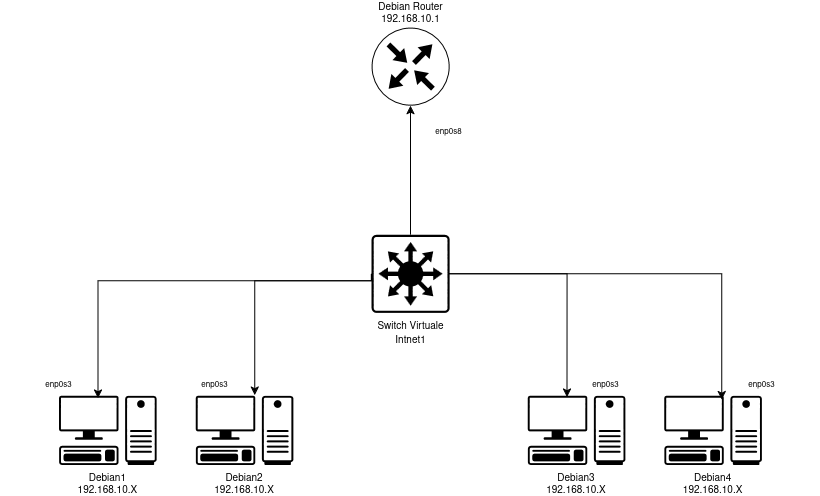
Earlier version of the draw.io export Images/topologia_base.drawio.png (melo222/DAI-Open-Source). Source tidied: cells renumbered, new cells last; positions are measured from the earlier drawing's top-left corner, leaving out a move shared by most shapes.
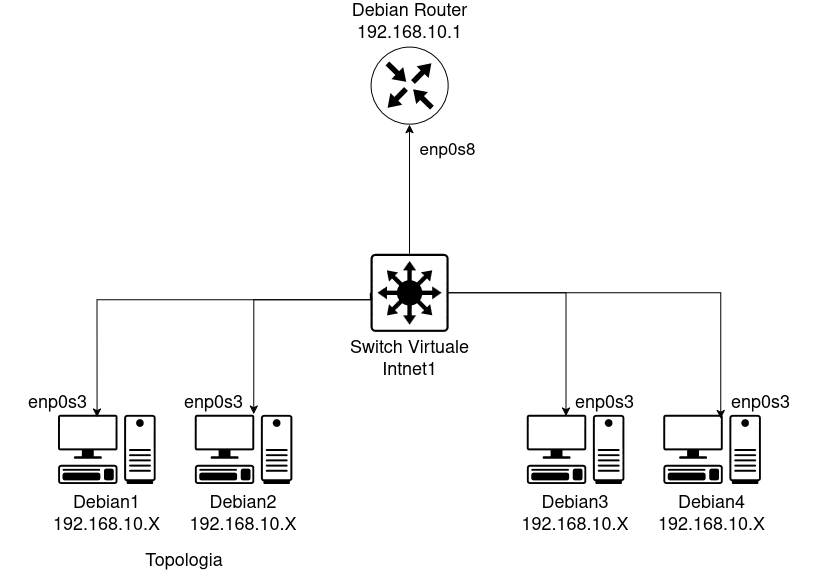
Above is the later version.

The edit, as a diff of the source:
```diff
@@ -8,19 +8,19 @@
     <mxCell id="3" style="edgeStyle=orthogonalEdgeStyle;rounded=0;jettySize=auto;html=1;entryX=0.404;entryY=0.018;entryDx=0;entryDy=0;entryPerimeter=0;exitX=1;exitY=0.5;exitDx=0;exitDy=0;exitPerimeter=0;" parent="2" edge="1" source="12" target="7">
       <mxGeometry relative="1" as="geometry" />
     </mxCell>
-    <mxCell id="4" value="Debian Router&lt;br&gt;192.168.10.1" style="sketch=0;points=[[0.5,0,0],[1,0.5,0],[0.5,1,0],[0,0.5,0],[0.145,0.145,0],[0.8555,0.145,0],[0.855,0.8555,0],[0.145,0.855,0]];verticalLabelPosition=top;html=1;verticalAlign=bottom;align=center;shape=mxgraph.cisco19.rect;prIcon=router;fillColor=none;strokeColor=light-dark(#000000, #241f31);fontSize=10;labelPosition=center;" parent="2" vertex="1">
+    <mxCell id="4" value="&lt;font style=&quot;font-size: 18px;&quot;&gt;Debian Router&lt;br&gt;192.168.10.1&lt;/font&gt;" style="sketch=0;points=[[0.5,0,0],[1,0.5,0],[0.5,1,0],[0,0.5,0],[0.145,0.145,0],[0.8555,0.145,0],[0.855,0.8555,0],[0.145,0.855,0]];verticalLabelPosition=top;html=1;verticalAlign=bottom;align=center;shape=mxgraph.cisco19.rect;prIcon=router;fillColor=none;strokeColor=light-dark(#000000, #241f31);fontSize=10;labelPosition=center;" parent="2" vertex="1">
       <mxGeometry x="371" width="78.1" height="78.1" as="geometry" />
     </mxCell>
-    <mxCell id="5" value="Debian1&#10;192.168.10.X" style="shape=mxgraph.networks2.icon;fillColor=none;strokeColor=#000000;gradientColor=light-dark(#000000, #979c9e);network2IconShadow=1;network2bgFillColor=none;labelPosition=center;verticalLabelPosition=bottom;align=center;verticalAlign=top;network2Icon=mxgraph.networks2.pc;network2IconYOffset=-0.0593;network2IconW=0.9999;network2IconH=0.7096;fontSize=10;" parent="2" vertex="1">
+    <mxCell id="5" value="Debian1&#10;192.168.10.X" style="shape=mxgraph.networks2.icon;fillColor=none;strokeColor=#000000;gradientColor=light-dark(#000000, #979c9e);network2IconShadow=1;network2bgFillColor=none;labelPosition=center;verticalLabelPosition=bottom;align=center;verticalAlign=top;network2Icon=mxgraph.networks2.pc;network2IconYOffset=-0.0593;network2IconW=0.9999;network2IconH=0.7096;fontSize=18;" parent="2" vertex="1">
       <mxGeometry x="58.6" y="368.3" width="97.6" height="69.3" as="geometry" />
     </mxCell>
-    <mxCell id="6" value="Debian2&#10;192.168.10.X" style="shape=mxgraph.networks2.icon;fillColor=none;strokeColor=#000000;gradientColor=light-dark(#000000, #979c9e);network2IconShadow=1;network2bgFillColor=none;labelPosition=center;verticalLabelPosition=bottom;align=center;verticalAlign=top;network2Icon=mxgraph.networks2.pc;network2IconYOffset=-0.0593;network2IconW=0.9999;network2IconH=0.7096;fontSize=10;" parent="2" vertex="1">
+    <mxCell id="6" value="Debian2&#10;192.168.10.X" style="shape=mxgraph.networks2.icon;fillColor=none;strokeColor=#000000;gradientColor=light-dark(#000000, #979c9e);network2IconShadow=1;network2bgFillColor=none;labelPosition=center;verticalLabelPosition=bottom;align=center;verticalAlign=top;network2Icon=mxgraph.networks2.pc;network2IconYOffset=-0.0593;network2IconW=0.9999;network2IconH=0.7096;fontSize=18;" parent="2" vertex="1">
       <mxGeometry x="195.2" y="368.3" width="97.6" height="69.3" as="geometry" />
     </mxCell>
-    <mxCell id="7" value="Debian3&#10;192.168.10.X" style="shape=mxgraph.networks2.icon;fillColor=none;strokeColor=#000000;gradientColor=light-dark(#000000, #979c9e);network2IconShadow=1;network2bgFillColor=none;labelPosition=center;verticalLabelPosition=bottom;align=center;verticalAlign=top;network2Icon=mxgraph.networks2.pc;network2IconYOffset=-0.0593;network2IconW=0.9999;network2IconH=0.7096;fontSize=10;" parent="2" vertex="1">
+    <mxCell id="7" value="Debian3&#10;192.168.10.X" style="shape=mxgraph.networks2.icon;fillColor=none;strokeColor=#000000;gradientColor=light-dark(#000000, #979c9e);network2IconShadow=1;network2bgFillColor=none;labelPosition=center;verticalLabelPosition=bottom;align=center;verticalAlign=top;network2Icon=mxgraph.networks2.pc;network2IconYOffset=-0.0593;network2IconW=0.9999;network2IconH=0.7096;fontSize=18;" parent="2" vertex="1">
       <mxGeometry x="527.1" y="368.3" width="97.6" height="69.3" as="geometry" />
     </mxCell>
-    <mxCell id="8" value="Debian4&#10;192.168.10.X" style="shape=mxgraph.networks2.icon;fillColor=none;strokeColor=#000000;gradientColor=light-dark(#000000, #979c9e);network2IconShadow=1;network2bgFillColor=none;labelPosition=center;verticalLabelPosition=bottom;align=center;verticalAlign=top;network2Icon=mxgraph.networks2.pc;network2IconYOffset=-0.0593;network2IconW=0.9999;network2IconH=0.7096;fontSize=10;" parent="2" vertex="1">
+    <mxCell id="8" value="Debian4&#10;192.168.10.X" style="shape=mxgraph.networks2.icon;fillColor=none;strokeColor=#000000;gradientColor=light-dark(#000000, #979c9e);network2IconShadow=1;network2bgFillColor=none;labelPosition=center;verticalLabelPosition=bottom;align=center;verticalAlign=top;network2Icon=mxgraph.networks2.pc;network2IconYOffset=-0.0593;network2IconW=0.9999;network2IconH=0.7096;fontSize=18;" parent="2" vertex="1">
       <mxGeometry x="663.8" y="368.3" width="97.6" height="69.3" as="geometry" />
     </mxCell>
     <mxCell id="9" style="edgeStyle=orthogonalEdgeStyle;rounded=0;jettySize=auto;html=1;entryX=0.605;entryY=-0.009;entryDx=0;entryDy=0;entryPerimeter=0;exitX=0;exitY=0.5;exitDx=0;exitDy=0;exitPerimeter=0;" parent="2" edge="1" source="12" target="6">
@@ -41,26 +41,29 @@
     <mxCell id="11" style="edgeStyle=orthogonalEdgeStyle;rounded=0;jettySize=auto;html=1;entryX=0.589;entryY=0.054;entryDx=0;entryDy=0;entryPerimeter=0;exitX=1;exitY=0.5;exitDx=0;exitDy=0;exitPerimeter=0;" parent="2" edge="1" source="12" target="8">
       <mxGeometry relative="1" as="geometry" />
     </mxCell>
-    <mxCell id="12" value="&lt;font style=&quot;font-size: 10px;&quot;&gt;Switch Virtuale&lt;br&gt;Intnet1&lt;/font&gt;" style="sketch=0;points=[[0.015,0.015,0],[0.985,0.015,0],[0.985,0.985,0],[0.015,0.985,0],[0.25,0,0],[0.5,0,0],[0.75,0,0],[1,0.25,0],[1,0.5,0],[1,0.75,0],[0.75,1,0],[0.5,1,0],[0.25,1,0],[0,0.75,0],[0,0.5,0],[0,0.25,0]];verticalLabelPosition=bottom;html=1;verticalAlign=top;align=center;shape=mxgraph.cisco19.rect;prIcon=l3_switch;fillColor=none;strokeColor=light-dark(#000000,#FFFFFF);" parent="2" vertex="1">
+    <mxCell id="12" value="&lt;font style=&quot;font-size: 18px;&quot;&gt;Switch Virtuale&lt;br&gt;Intnet1&lt;/font&gt;" style="sketch=0;points=[[0.015,0.015,0],[0.985,0.015,0],[0.985,0.985,0],[0.015,0.985,0],[0.25,0,0],[0.5,0,0],[0.75,0,0],[1,0.25,0],[1,0.5,0],[1,0.75,0],[0.75,1,0],[0.5,1,0],[0.25,1,0],[0,0.75,0],[0,0.5,0],[0,0.25,0]];verticalLabelPosition=bottom;html=1;verticalAlign=top;align=center;shape=mxgraph.cisco19.rect;prIcon=l3_switch;fillColor=none;strokeColor=light-dark(#000000,#FFFFFF);" parent="2" vertex="1">
       <mxGeometry x="371" y="207.2" width="78.1" height="78.1" as="geometry" />
     </mxCell>
     <mxCell id="13" style="rounded=0;jettySize=auto;html=1;exitX=0.5;exitY=0;exitDx=0;exitDy=0;exitPerimeter=0;entryX=0.5;entryY=1;entryDx=0;entryDy=0;entryPerimeter=0;" parent="2" edge="1" source="12" target="4">
       <mxGeometry relative="1" as="geometry" />
     </mxCell>
-    <mxCell id="14" value="&lt;font style=&quot;font-size: 8px;&quot;&gt;enp0s8&lt;/font&gt;" style="text;html=1;whiteSpace=wrap;strokeColor=none;fillColor=none;align=center;verticalAlign=middle;rounded=0;" parent="2" vertex="1">
+    <mxCell id="14" value="&lt;font&gt;enp0s8&lt;/font&gt;" style="text;html=1;whiteSpace=wrap;strokeColor=none;fillColor=none;align=center;verticalAlign=middle;rounded=0;fontSize=17;" parent="2" vertex="1">
       <mxGeometry x="390.5" y="69.1" width="117.1" height="69.1" as="geometry" />
     </mxCell>
-    <mxCell id="15" value="&lt;div&gt;&lt;font style=&quot;font-size: 8px;&quot;&gt;enp0s3&lt;/font&gt;&lt;/div&gt;" style="text;html=1;whiteSpace=wrap;strokeColor=none;fillColor=none;align=center;verticalAlign=middle;rounded=0;fontStyle=0;" parent="2" vertex="1">
+    <mxCell id="15" value="&lt;div&gt;&lt;font&gt;enp0s3&lt;/font&gt;&lt;/div&gt;" style="text;html=1;whiteSpace=wrap;strokeColor=none;fillColor=none;align=center;verticalAlign=middle;rounded=0;fontStyle=0;fontSize=18;" parent="2" vertex="1">
       <mxGeometry x="702.9" y="322.3" width="117.1" height="69.1" as="geometry" />
     </mxCell>
-    <mxCell id="16" value="&lt;div&gt;&lt;font style=&quot;font-size: 8px;&quot;&gt;enp0s3&lt;/font&gt;&lt;/div&gt;" style="text;html=1;whiteSpace=wrap;strokeColor=none;fillColor=none;align=center;verticalAlign=middle;rounded=0;fontStyle=0;" parent="2" vertex="1">
+    <mxCell id="16" value="&lt;div&gt;&lt;font&gt;enp0s3&lt;/font&gt;&lt;/div&gt;" style="text;html=1;whiteSpace=wrap;strokeColor=none;fillColor=none;align=center;verticalAlign=middle;rounded=0;fontStyle=0;fontSize=18;" parent="2" vertex="1">
       <mxGeometry x="546.7" y="322.3" width="117.1" height="69.1" as="geometry" />
     </mxCell>
-    <mxCell id="17" value="&lt;div&gt;&lt;font style=&quot;font-size: 8px;&quot;&gt;enp0s3&lt;/font&gt;&lt;/div&gt;" style="text;html=1;whiteSpace=wrap;strokeColor=none;fillColor=none;align=center;verticalAlign=middle;rounded=0;fontStyle=0;" parent="2" vertex="1">
+    <mxCell id="17" value="&lt;div&gt;&lt;font&gt;enp0s3&lt;/font&gt;&lt;/div&gt;" style="text;html=1;whiteSpace=wrap;strokeColor=none;fillColor=none;align=center;verticalAlign=middle;rounded=0;fontStyle=0;fontSize=18;" parent="2" vertex="1">
       <mxGeometry x="156.2" y="322.3" width="117.1" height="69.1" as="geometry" />
     </mxCell>
-    <mxCell id="18" value="&lt;div&gt;&lt;font style=&quot;font-size: 8px;&quot;&gt;enp0s3&lt;/font&gt;&lt;/div&gt;" style="text;html=1;whiteSpace=wrap;strokeColor=none;fillColor=none;align=center;verticalAlign=middle;rounded=0;fontStyle=0;" parent="2" vertex="1">
+    <mxCell id="18" value="&lt;div&gt;&lt;font&gt;enp0s3&lt;/font&gt;&lt;/div&gt;" style="text;html=1;whiteSpace=wrap;strokeColor=none;fillColor=none;align=center;verticalAlign=middle;rounded=0;fontStyle=0;fontSize=18;" parent="2" vertex="1">
       <mxGeometry y="322.3" width="117.1" height="69.1" as="geometry" />
     </mxCell>
+    <mxCell id="19" value="&lt;font style=&quot;font-size: 18px;&quot;&gt;Topologia&lt;/font&gt;" style="text;html=1;whiteSpace=wrap;strokeColor=none;fillColor=none;align=center;verticalAlign=middle;rounded=0;" parent="1" vertex="1">
+      <mxGeometry x="155" y="500" width="60" height="30" as="geometry" />
+    </mxCell>
   </root>
 </mxGraphModel>
```
